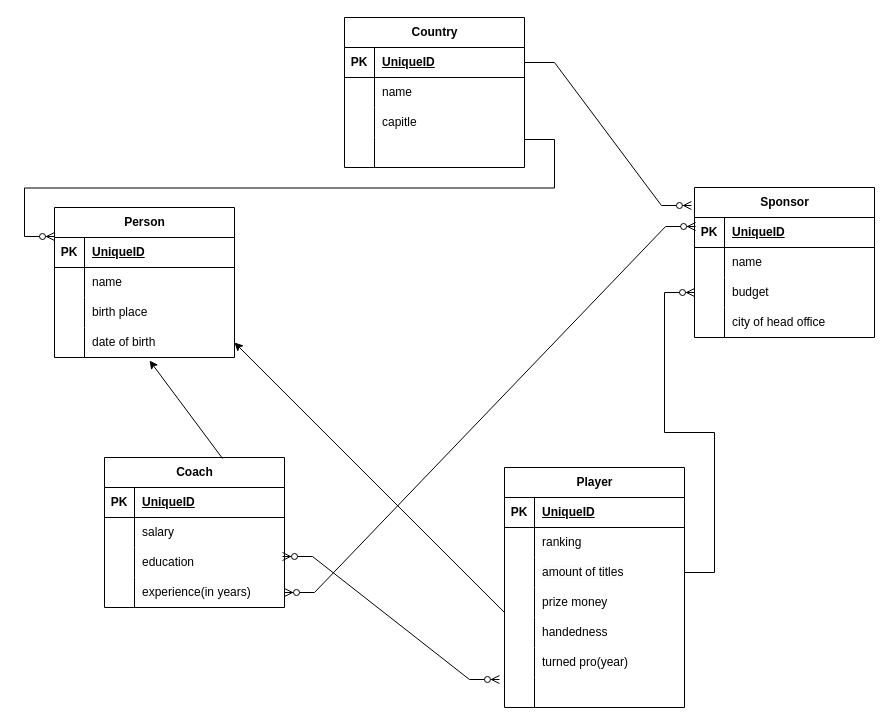
The draw.io diagram Untitled Diagram.drawio in IraHiltunen/git-demo, before the edit. Source tidied: cells renumbered, new cells numbered last; positions are measured from the earlier drawing's top-left corner, leaving out a move shared by most shapes. Both pictures are drawn from the tidied source at 100%, with x=0, y=0 at pixel (54, 17).
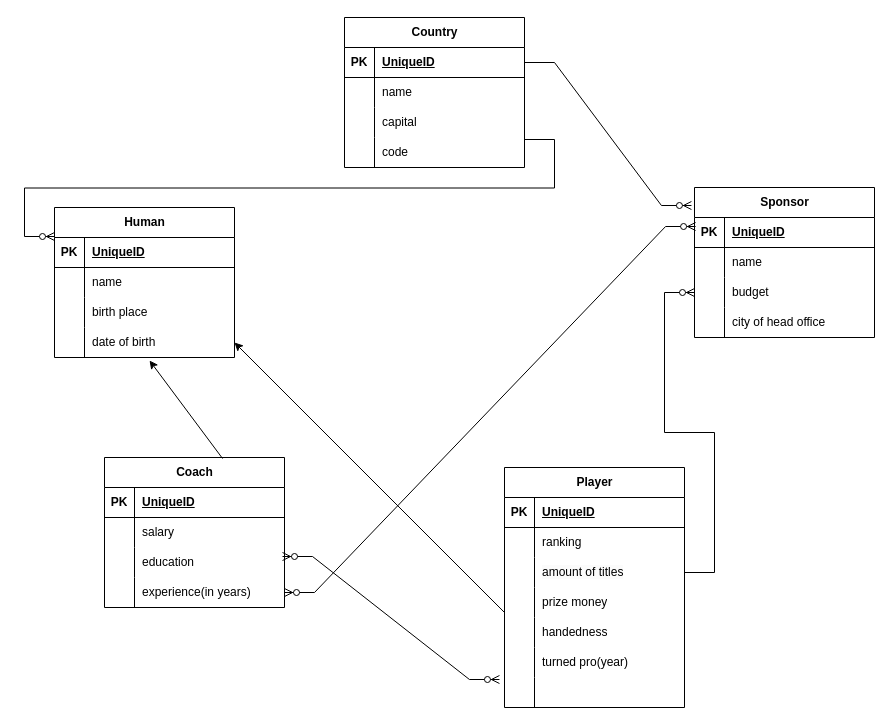
The same diagram, later.

The change refers to these unchanged cells:
```xml
<mxCell id="70" style="shape=tableRow;horizontal=0;startSize=0;swimlaneHead=0;swimlaneBody=0;fillColor=none;top=0;left=0;right=0;bottom=0;" parent="63" vertex="1">
  <mxGeometry y="90" width="180" height="30" as="geometry" />
</mxCell>
<mxCell id="73" style="shape=tableRow;horizontal=0;startSize=0;swimlaneHead=0;swimlaneBody=0;fillColor=none;points=[[0,0.5],[1,0.5]];portConstraint=eastwest;top=0;left=0;right=0;bottom=0;" parent="63" vertex="1">
  <mxGeometry y="120" width="180" height="30" as="geometry" />
</mxCell>
```

Diff of the diagram source:
```diff
@@
-    <mxCell id="50" value="Person" style="shape=table;startSize=30;childLayout=tableLayout;rowLines=0;fontStyle=1;align=center;html=1;" parent="1" vertex="1">
+    <mxCell id="50" value="Human" style="shape=table;startSize=30;childLayout=tableLayout;rowLines=0;fontStyle=1;align=center;html=1;" parent="1" vertex="1">
       <mxGeometry y="190" width="180" height="150" as="geometry" />
     </mxCell>
@@
-    <mxCell id="72" value="capitle" style="shape=partialRectangle;fillColor=none;top=0;left=0;bottom=0;right=0;align=left;spacingLeft=6;overflow=hidden;whiteSpace=wrap;html=1;" parent="70" vertex="1">
+    <mxCell id="72" value="capital" style="shape=partialRectangle;fillColor=none;top=0;left=0;bottom=0;right=0;align=left;spacingLeft=6;overflow=hidden;whiteSpace=wrap;html=1;" parent="70" vertex="1">
       <mxGeometry x="30" width="150" height="30" as="geometry" />
     </mxCell>
@@
-    <mxCell id="75" style="shape=partialRectangle;fillColor=none;top=0;left=0;bottom=0;right=0;align=left;spacingLeft=6;overflow=hidden;whiteSpace=wrap;html=1;" parent="73" vertex="1">
+    <mxCell id="75" value="code" style="shape=partialRectangle;fillColor=none;top=0;left=0;bottom=0;right=0;align=left;spacingLeft=6;overflow=hidden;whiteSpace=wrap;html=1;" parent="73" vertex="1">
       <mxGeometry x="30" width="150" height="30" as="geometry" />
     </mxCell>
```
